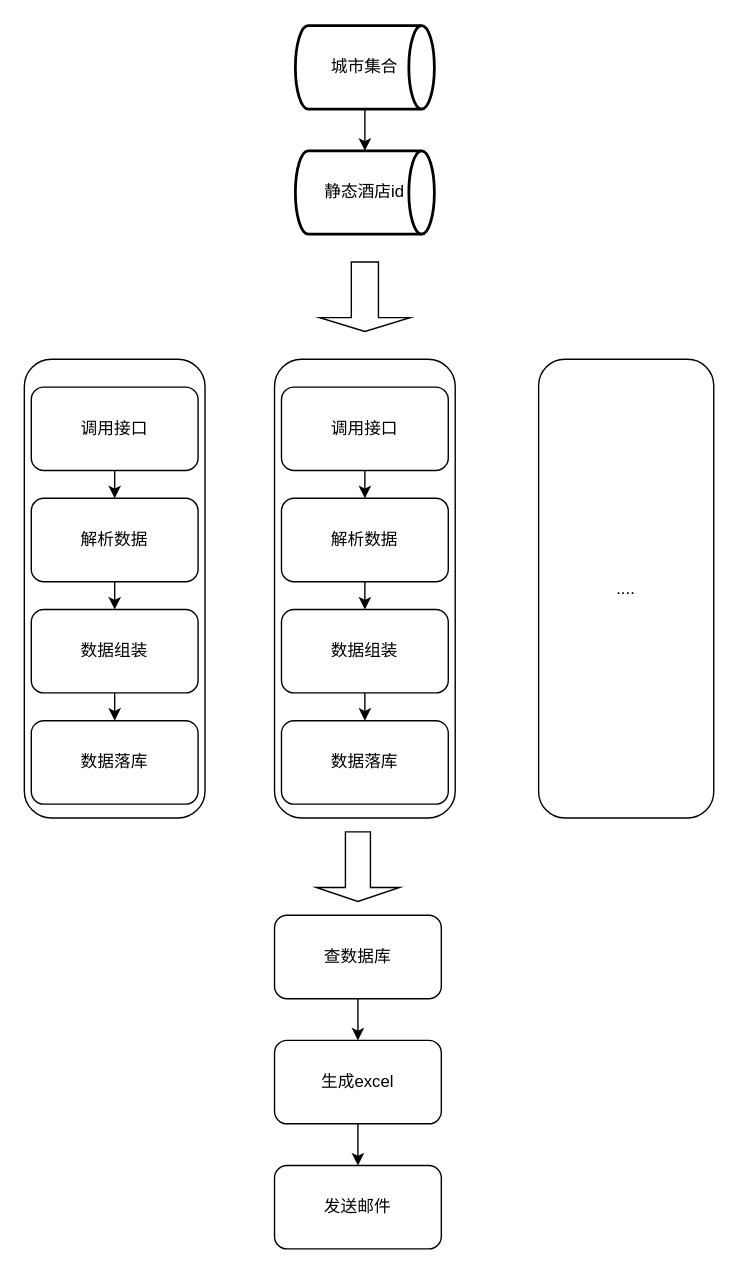
zhenjie-chen/diagrams keeps this draw.io diagram as nb/未命名绘图.drawio. Above is the earlier version. Source tidied: cells renumbered, new cells numbered last; positions are measured from the earlier drawing's top-left corner, leaving out a move shared by most shapes. Both pictures are drawn from the tidied source at 139%, with x=0, y=0 at pixel (24, 25).
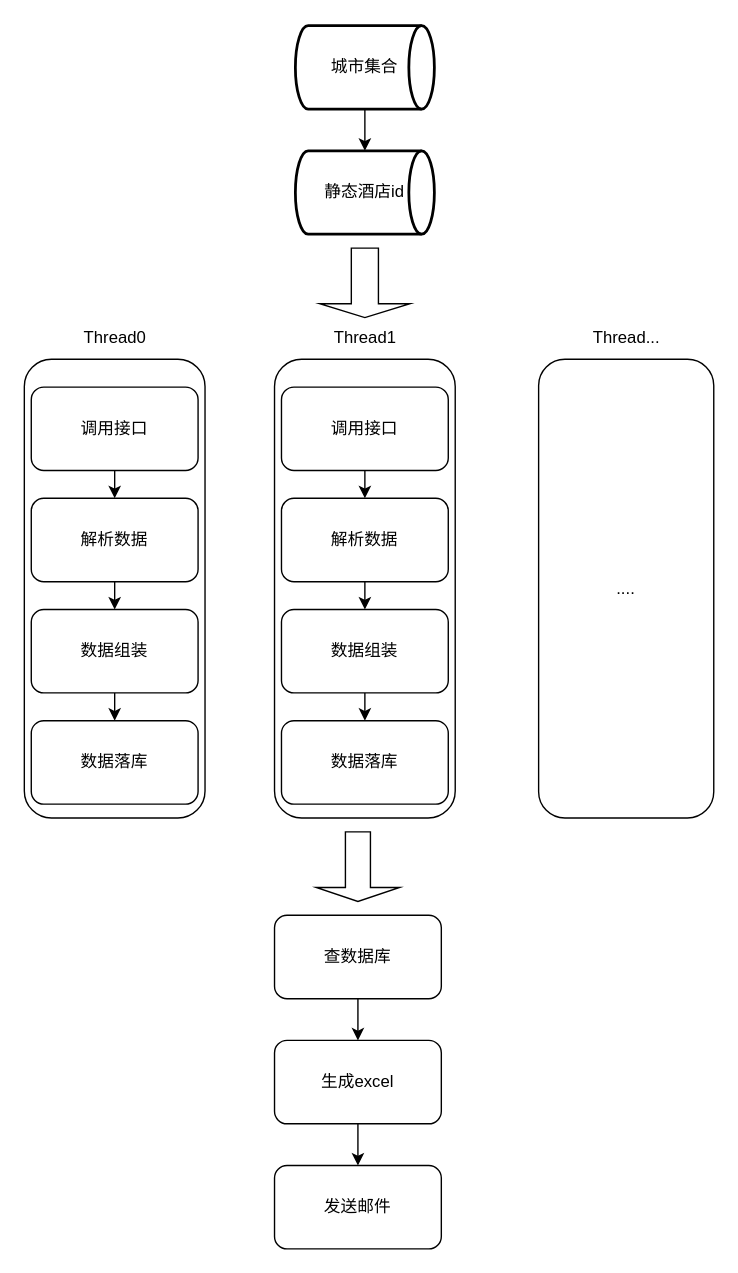
The same diagram, later.

Commit message:
分销数据报表-技术方案.drawio

What changed in the source:
```diff
@@
     <mxCell id="22" style="shape=singleArrow;direction=south;whiteSpace=wrap;html=1;" parent="1" vertex="1">
-      <mxGeometry x="212.5" y="170" width="65" height="50" as="geometry" />
+      <mxGeometry x="212.5" y="160" width="65" height="50" as="geometry" />
     </mxCell>
@@
+    <mxCell id="29" value="Thread0" style="text;html=1;align=center;verticalAlign=middle;strokeColor=none;fillColor=none;" parent="1" vertex="1">
+      <mxGeometry x="30" y="210" width="70" height="30" as="geometry" />
+    </mxCell>
+    <mxCell id="30" value="Thread1" style="text;html=1;align=center;verticalAlign=middle;strokeColor=none;fillColor=none;" parent="1" vertex="1">
+      <mxGeometry x="210" y="210" width="70" height="30" as="geometry" />
+    </mxCell>
+    <mxCell id="31" value="Thread..." style="text;html=1;align=center;verticalAlign=middle;strokeColor=none;fillColor=none;" parent="1" vertex="1">
+      <mxGeometry x="398" y="210" width="70" height="30" as="geometry" />
+    </mxCell>
```
